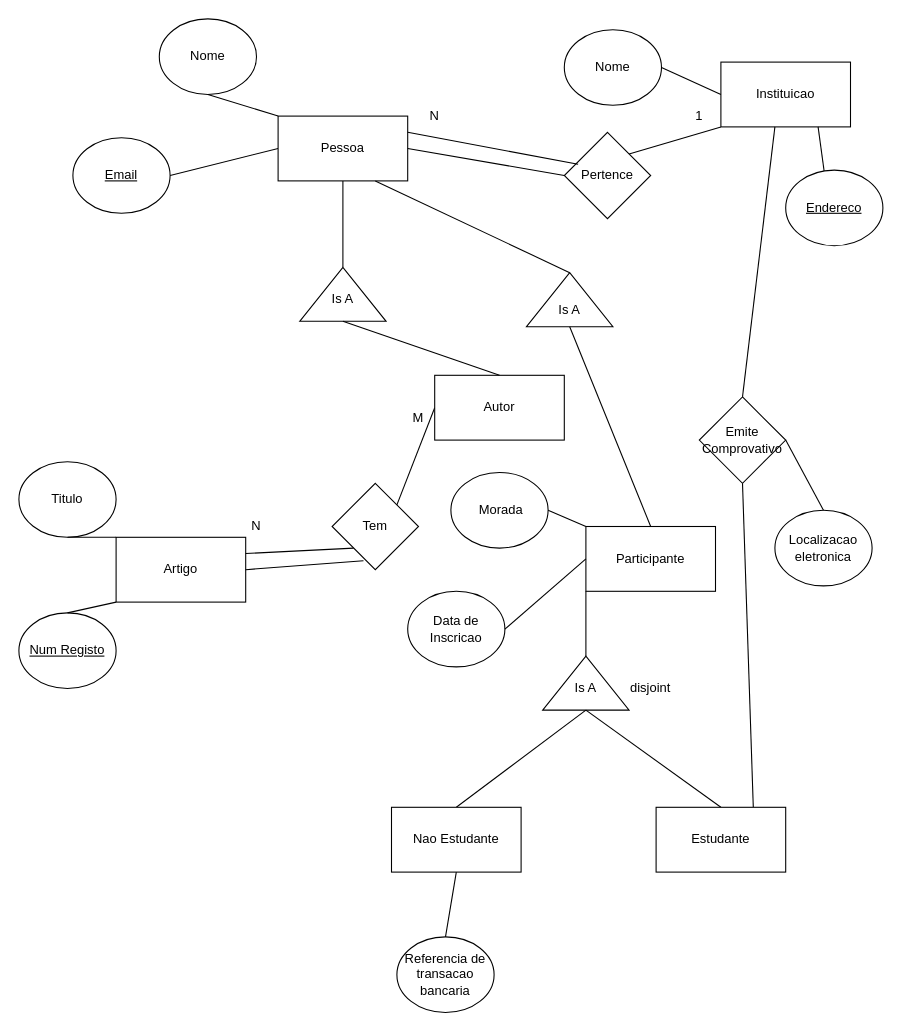
Above: G01/ex3.drawio in ahridesu/guioes-BD (draw.io), before the change. Source tidied: cells renumbered, new cells numbered last; positions are measured from the earlier drawing's top-left corner, leaving out a move shared by most shapes. Both pictures are drawn from the tidied source at 108%, with x=0, y=0 at pixel (18, 18).
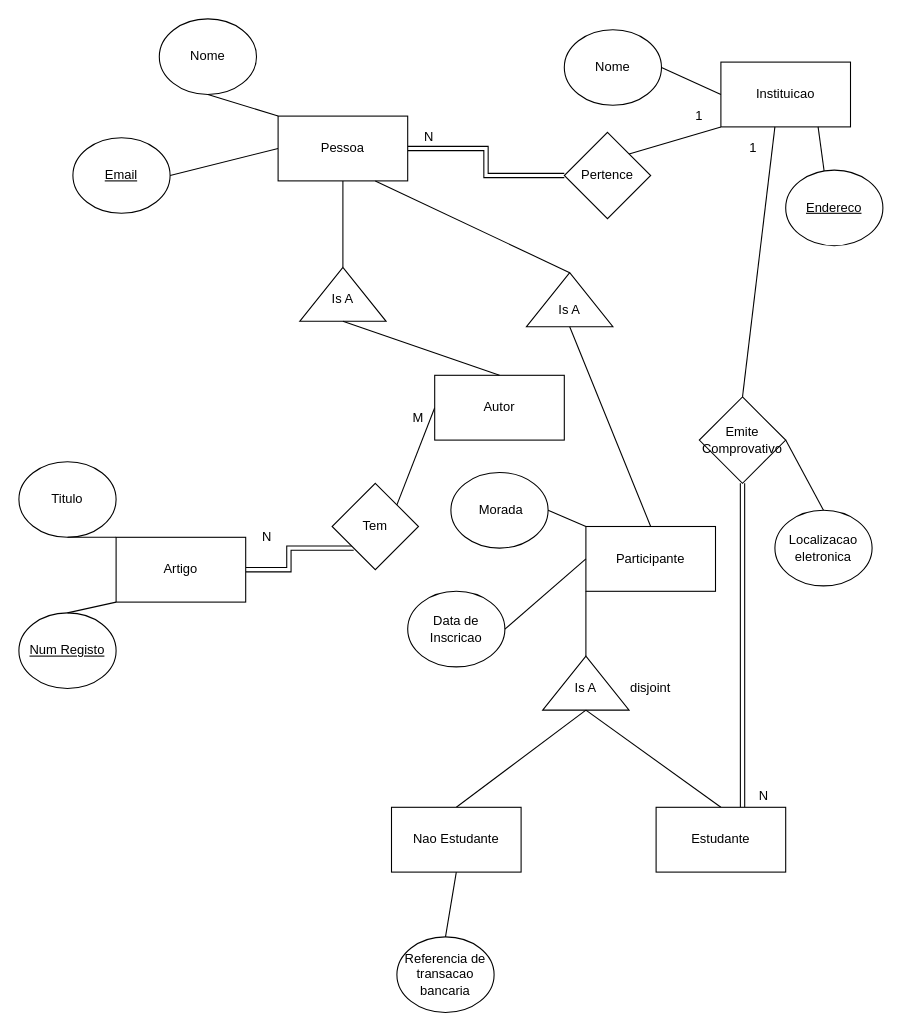
Above is the later version.

Unchanged cells that the change refers to:
```xml
<mxCell id="2" value="Artigo" style="rounded=0;whiteSpace=wrap;html=1;" parent="1" vertex="1">
  <mxGeometry x="90" y="480" width="120" height="60" as="geometry" />
</mxCell>
<mxCell id="8" value="Tem" style="rhombus;whiteSpace=wrap;html=1;" parent="1" vertex="1">
  <mxGeometry x="290" y="430" width="80" height="80" as="geometry" />
</mxCell>
<mxCell id="18" value="Pessoa" style="rounded=0;whiteSpace=wrap;html=1;" parent="1" vertex="1">
  <mxGeometry x="240" y="90" width="120" height="60" as="geometry" />
</mxCell>
<mxCell id="29" value="Pertence" style="rhombus;whiteSpace=wrap;html=1;" parent="1" vertex="1">
  <mxGeometry x="505" y="105" width="80" height="80" as="geometry" />
</mxCell>
<mxCell id="49" value="Emite Comprovativo" style="rhombus;whiteSpace=wrap;html=1;" parent="1" vertex="1">
  <mxGeometry x="630" y="350" width="80" height="80" as="geometry" />
</mxCell>
<mxCell id="51" value="Estudante" style="rounded=0;whiteSpace=wrap;html=1;" parent="1" vertex="1">
  <mxGeometry x="590" y="730" width="120" height="60" as="geometry" />
</mxCell>
```

What changed in the source:
```diff
@@
+    <mxCell id="7" style="edgeStyle=orthogonalEdgeStyle;shape=link;rounded=0;jettySize=auto;html=1;exitX=1;exitY=0.5;exitDx=0;exitDy=0;entryX=0;entryY=1;entryDx=0;entryDy=0;" parent="1" edge="1" source="2" target="8">
+      <mxGeometry relative="1" as="geometry" />
+    </mxCell>
@@
-    <mxCell id="7" style="endArrow=none;html=1;exitX=1;exitY=0.25;exitDx=0;exitDy=0;entryX=0;entryY=1;entryDx=0;entryDy=0;" parent="1" edge="1" source="2" target="8">
-      <mxGeometry relative="1" as="geometry" />
-    </mxCell>
@@
     <mxCell id="15" value="N" style="text;html=1;strokeColor=none;fillColor=none;align=center;verticalAlign=middle;whiteSpace=wrap;rounded=0;" parent="1" vertex="1">
-      <mxGeometry x="200" y="460" width="40" height="20" as="geometry" />
+      <mxGeometry x="210" y="470" width="40" height="20" as="geometry" />
     </mxCell>
@@
-    <mxCell id="17" style="endArrow=none;html=1;entryX=0.363;entryY=0.896;entryDx=0;entryDy=0;entryPerimeter=0;" parent="1" edge="1" target="8">
-      <mxGeometry relative="1" as="geometry">
-        <mxPoint x="210" y="510" as="sourcePoint" />
-      </mxGeometry>
-    </mxCell>
+    <mxCell id="56" style="edgeStyle=orthogonalEdgeStyle;shape=link;rounded=0;jettySize=auto;html=1;exitX=1;exitY=0.5;exitDx=0;exitDy=0;entryX=0;entryY=0.5;entryDx=0;entryDy=0;" parent="1" edge="1" source="18" target="29">
+      <mxGeometry relative="1" as="geometry" />
+    </mxCell>
@@
-    <mxCell id="30" style="endArrow=none;html=1;exitX=0;exitY=0.5;exitDx=0;exitDy=0;entryX=1;entryY=0.5;entryDx=0;entryDy=0;" parent="1" edge="1" source="29" target="18">
-      <mxGeometry relative="1" as="geometry" />
-    </mxCell>
@@
+    <mxCell id="59" style="edgeStyle=orthogonalEdgeStyle;shape=link;rounded=0;jettySize=auto;html=1;exitX=0.5;exitY=1;exitDx=0;exitDy=0;entryX=0.667;entryY=0;entryDx=0;entryDy=0;entryPerimeter=0;" parent="1" edge="1" source="49" target="51">
+      <mxGeometry relative="1" as="geometry" />
+    </mxCell>
@@
-    <mxCell id="50" style="endArrow=none;html=1;entryX=0.5;entryY=1;entryDx=0;entryDy=0;exitX=0.75;exitY=0;exitDx=0;exitDy=0;" parent="1" edge="1" source="51" target="49">
-      <mxGeometry relative="1" as="geometry" />
-    </mxCell>
@@
-    <mxCell id="56" style="endArrow=none;html=1;exitX=1;exitY=0.25;exitDx=0;exitDy=0;entryX=0.16;entryY=0.37;entryDx=0;entryDy=0;entryPerimeter=0;" parent="1" edge="1" source="18" target="29">
-      <mxGeometry relative="1" as="geometry" />
-    </mxCell>
@@
     <mxCell id="58" value="N" style="text;html=1;strokeColor=none;fillColor=none;align=center;verticalAlign=middle;whiteSpace=wrap;rounded=0;" parent="1" vertex="1">
-      <mxGeometry x="365" y="80" width="40" height="20" as="geometry" />
+      <mxGeometry x="360" y="100" width="40" height="20" as="geometry" />
     </mxCell>
+    <mxCell id="60" value="1" style="text;html=1;strokeColor=none;fillColor=none;align=center;verticalAlign=middle;whiteSpace=wrap;rounded=0;" parent="1" vertex="1">
+      <mxGeometry x="660" y="110" width="40" height="20" as="geometry" />
+    </mxCell>
+    <mxCell id="61" value="N" style="text;html=1;strokeColor=none;fillColor=none;align=center;verticalAlign=middle;whiteSpace=wrap;rounded=0;" parent="1" vertex="1">
+      <mxGeometry x="670" y="710" width="40" height="20" as="geometry" />
+    </mxCell>
```
